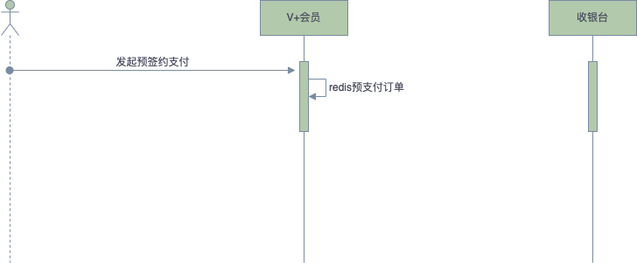
The draw.io diagram 连续包月会员.png in 845642761/diagram, before a commit. Source tidied: cells renumbered, new cells last; positions are measured from the earlier drawing's top-left corner, leaving out a move shared by most shapes. Its diagram source:
```xml
<mxGraphModel>
  <root>
    <mxCell id="0" />
    <mxCell id="1" parent="0" />
    <mxCell id="2" value="V+会员" style="shape=umlLifeline;perimeter=lifelinePerimeter;whiteSpace=wrap;html=1;lifelineDashed=0;rounded=0;sketch=0;fontColor=#46495D;strokeColor=#788AA3;fillColor=#B2C9AB;" parent="1" vertex="1">
      <mxGeometry x="296" width="100" height="300" as="geometry" />
    </mxCell>
    <mxCell id="3" style="html=1;points=[];perimeter=orthogonalPerimeter;rounded=0;sketch=0;fontColor=#46495D;strokeColor=#788AA3;fillColor=#B2C9AB;" parent="2" vertex="1">
      <mxGeometry x="45" y="70" width="10" height="80" as="geometry" />
    </mxCell>
    <mxCell id="4" value="redis预支付订单" style="edgeStyle=orthogonalEdgeStyle;html=1;align=left;spacingLeft=2;endArrow=block;rounded=0;entryX=1;entryY=0;sketch=0;fontColor=#46495D;strokeColor=#788AA3;fillColor=#B2C9AB;curved=0;" parent="2" edge="1" source="3">
      <mxGeometry relative="1" as="geometry">
        <mxPoint x="55" y="110" as="targetPoint" />
        <Array as="points">
          <mxPoint x="75" y="90" />
          <mxPoint x="75" y="110" />
        </Array>
      </mxGeometry>
    </mxCell>
    <mxCell id="5" style="shape=umlLifeline;participant=umlActor;perimeter=lifelinePerimeter;whiteSpace=wrap;html=1;verticalAlign=top;spacingTop=36;outlineConnect=0;rounded=0;sketch=0;fontColor=#46495D;strokeColor=#788AA3;fillColor=#B2C9AB;" parent="1" vertex="1">
      <mxGeometry width="20" height="300" as="geometry" />
    </mxCell>
    <mxCell id="6" value="发起预签约支付" style="html=1;verticalAlign=bottom;startArrow=oval;endArrow=block;startSize=8;rounded=1;sketch=0;fontColor=#46495D;strokeColor=#788AA3;fillColor=#B2C9AB;curved=0;" parent="1" edge="1">
      <mxGeometry relative="1" as="geometry">
        <mxPoint x="9.5" y="80" as="sourcePoint" />
        <mxPoint x="336" y="80" as="targetPoint" />
      </mxGeometry>
    </mxCell>
    <mxCell id="7" value="收银台" style="shape=umlLifeline;perimeter=lifelinePerimeter;whiteSpace=wrap;html=1;lifelineDashed=0;rounded=0;sketch=0;fontColor=#46495D;strokeColor=#788AA3;fillColor=#B2C9AB;" parent="1" vertex="1">
      <mxGeometry x="626" width="100" height="300" as="geometry" />
    </mxCell>
    <mxCell id="8" style="html=1;perimeter=orthogonalPerimeter;rounded=0;sketch=0;fontColor=#46495D;strokeColor=#788AA3;fillColor=#B2C9AB;" parent="7" vertex="1">
      <mxGeometry x="45" y="70" width="10" height="80" as="geometry" />
    </mxCell>
  </root>
</mxGraphModel>
```
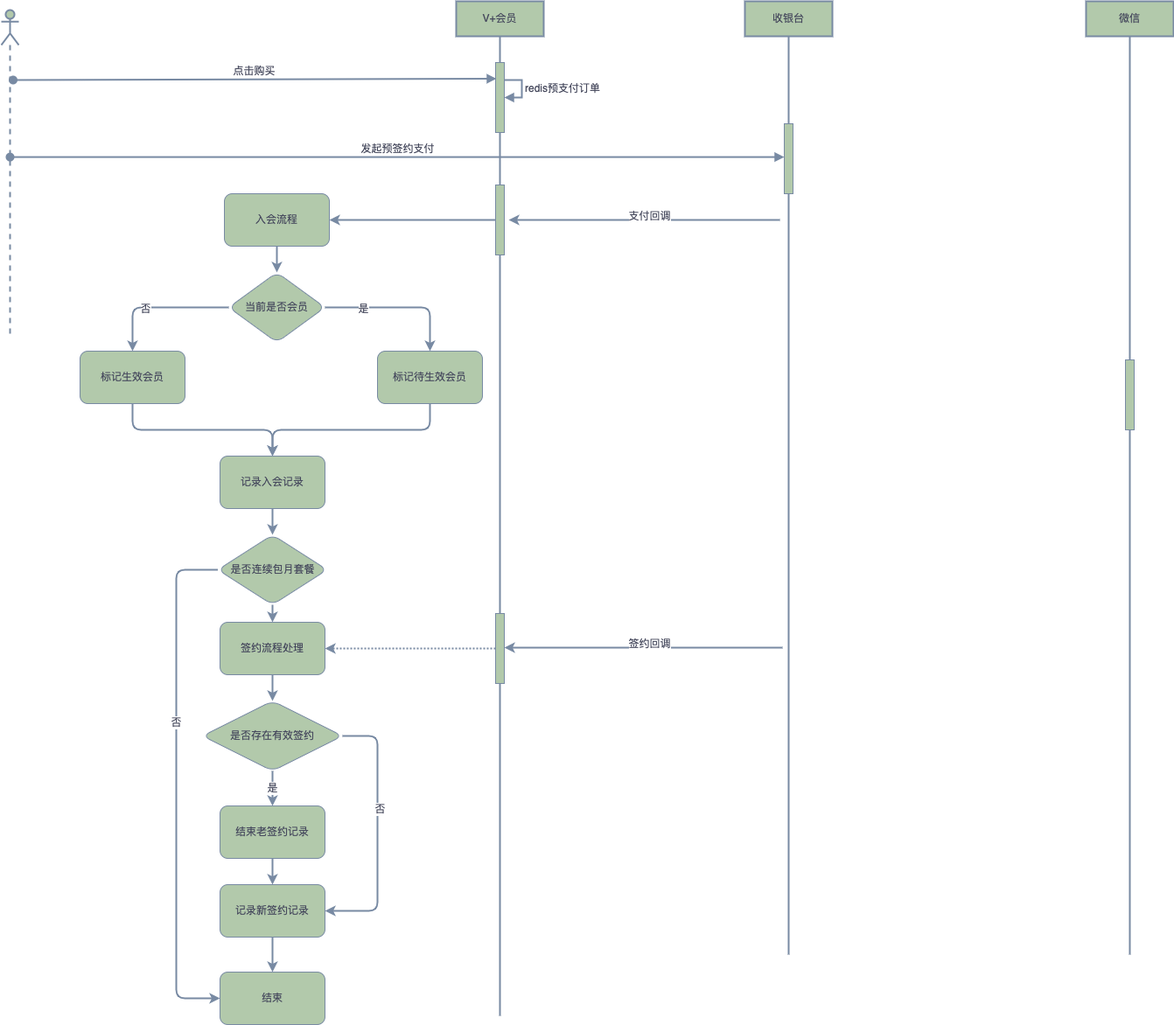
After the change.

Commit message:
更新连续包月会员.png

The edit, as a diff of the source:
```diff
@@ -2,13 +2,13 @@
   <root>
     <mxCell id="0" />
     <mxCell id="1" parent="0" />
-    <mxCell id="2" value="V+会员" style="shape=umlLifeline;perimeter=lifelinePerimeter;whiteSpace=wrap;html=1;lifelineDashed=0;rounded=0;sketch=0;fontColor=#46495D;strokeColor=#788AA3;fillColor=#B2C9AB;" parent="1" vertex="1">
-      <mxGeometry x="296" width="100" height="300" as="geometry" />
+    <mxCell id="2" value="V+会员" style="shape=umlLifeline;perimeter=lifelinePerimeter;whiteSpace=wrap;html=1;lifelineDashed=0;rounded=0;sketch=0;fontColor=#46495D;strokeColor=#788AA3;fillColor=#B2C9AB;strokeWidth=2;" parent="1" vertex="1">
+      <mxGeometry x="296" width="100" height="1160" as="geometry" />
     </mxCell>
     <mxCell id="3" style="html=1;points=[];perimeter=orthogonalPerimeter;rounded=0;sketch=0;fontColor=#46495D;strokeColor=#788AA3;fillColor=#B2C9AB;" parent="2" vertex="1">
       <mxGeometry x="45" y="70" width="10" height="80" as="geometry" />
     </mxCell>
-    <mxCell id="4" value="redis预支付订单" style="edgeStyle=orthogonalEdgeStyle;html=1;align=left;spacingLeft=2;endArrow=block;rounded=0;entryX=1;entryY=0;sketch=0;fontColor=#46495D;strokeColor=#788AA3;fillColor=#B2C9AB;curved=0;" parent="2" edge="1" source="3">
+    <mxCell id="4" value="redis预支付订单" style="edgeStyle=orthogonalEdgeStyle;html=1;align=left;spacingLeft=2;endArrow=block;rounded=0;entryX=1;entryY=0;sketch=0;fontColor=#46495D;strokeColor=#788AA3;fillColor=#B2C9AB;curved=0;strokeWidth=2;" parent="2" edge="1" source="3">
       <mxGeometry relative="1" as="geometry">
         <mxPoint x="55" y="110" as="targetPoint" />
         <Array as="points">
@@ -17,20 +17,165 @@
         </Array>
       </mxGeometry>
     </mxCell>
+    <mxCell id="9" style="html=1;points=[];perimeter=orthogonalPerimeter;rounded=0;sketch=0;fontColor=#46495D;strokeColor=#788AA3;fillColor=#B2C9AB;" parent="2" vertex="1">
+      <mxGeometry x="45" y="210" width="10" height="80" as="geometry" />
+    </mxCell>
+    <mxCell id="10" style="html=1;points=[];perimeter=orthogonalPerimeter;rounded=0;sketch=0;fontColor=#46495D;strokeColor=#788AA3;fillColor=#B2C9AB;" parent="2" vertex="1">
+      <mxGeometry x="45" y="700" width="10" height="80" as="geometry" />
+    </mxCell>
-    <mxCell id="5" style="shape=umlLifeline;participant=umlActor;perimeter=lifelinePerimeter;whiteSpace=wrap;html=1;verticalAlign=top;spacingTop=36;outlineConnect=0;rounded=0;sketch=0;fontColor=#46495D;strokeColor=#788AA3;fillColor=#B2C9AB;" parent="1" vertex="1">
-      <mxGeometry width="20" height="300" as="geometry" />
+    <mxCell id="5" style="shape=umlLifeline;participant=umlActor;perimeter=lifelinePerimeter;whiteSpace=wrap;html=1;verticalAlign=top;spacingTop=36;outlineConnect=0;rounded=0;sketch=0;fontColor=#46495D;strokeColor=#788AA3;fillColor=#B2C9AB;strokeWidth=2;" parent="1" vertex="1">
+      <mxGeometry x="-224" y="10" width="20" height="370" as="geometry" />
     </mxCell>
-    <mxCell id="6" value="发起预签约支付" style="html=1;verticalAlign=bottom;startArrow=oval;endArrow=block;startSize=8;rounded=1;sketch=0;fontColor=#46495D;strokeColor=#788AA3;fillColor=#B2C9AB;curved=0;" parent="1" edge="1">
+    <mxCell id="6" value="点击购买" style="html=1;verticalAlign=bottom;startArrow=oval;endArrow=block;startSize=8;rounded=1;sketch=0;fontColor=#46495D;strokeColor=#788AA3;fillColor=#B2C9AB;curved=0;strokeWidth=2;entryX=0.1;entryY=0.231;entryDx=0;entryDy=0;entryPerimeter=0;" parent="5" edge="1" target="3">
       <mxGeometry relative="1" as="geometry">
-        <mxPoint x="9.5" y="80" as="sourcePoint" />
-        <mxPoint x="336" y="80" as="targetPoint" />
+        <mxPoint x="13.5" y="80" as="sourcePoint" />
       </mxGeometry>
     </mxCell>
-    <mxCell id="7" value="收银台" style="shape=umlLifeline;perimeter=lifelinePerimeter;whiteSpace=wrap;html=1;lifelineDashed=0;rounded=0;sketch=0;fontColor=#46495D;strokeColor=#788AA3;fillColor=#B2C9AB;" parent="1" vertex="1">
-      <mxGeometry x="626" width="100" height="300" as="geometry" />
+    <mxCell id="7" value="收银台" style="shape=umlLifeline;perimeter=lifelinePerimeter;whiteSpace=wrap;html=1;lifelineDashed=0;rounded=0;sketch=0;fontColor=#46495D;strokeColor=#788AA3;fillColor=#B2C9AB;strokeWidth=2;" parent="1" vertex="1">
+      <mxGeometry x="626" width="100" height="1090" as="geometry" />
     </mxCell>
-    <mxCell id="8" style="html=1;perimeter=orthogonalPerimeter;rounded=0;sketch=0;fontColor=#46495D;strokeColor=#788AA3;fillColor=#B2C9AB;" parent="7" vertex="1">
-      <mxGeometry x="45" y="70" width="10" height="80" as="geometry" />
-    </mxCell>
+    <mxCell id="11" style="html=1;perimeter=orthogonalPerimeter;rounded=0;sketch=0;fontColor=#46495D;strokeColor=#788AA3;fillColor=#B2C9AB;" parent="7" vertex="1">
+      <mxGeometry x="45" y="140" width="10" height="80" as="geometry" />
+    </mxCell>
+    <mxCell id="12" value="发起预签约支付" style="html=1;verticalAlign=bottom;startArrow=oval;endArrow=block;startSize=8;rounded=1;sketch=0;fontColor=#46495D;strokeColor=#788AA3;fillColor=#B2C9AB;curved=0;strokeWidth=2;entryX=0;entryY=0.147;entryDx=0;entryDy=0;entryPerimeter=0;" parent="1" edge="1" source="5">
+      <mxGeometry relative="1" as="geometry">
+        <mxPoint x="671" y="178.1" as="targetPoint" />
+      </mxGeometry>
+    </mxCell>
+    <mxCell id="13" style="endArrow=classic;html=1;rounded=1;sketch=0;fontColor=#46495D;strokeColor=#788AA3;strokeWidth=2;fillColor=#B2C9AB;curved=0;" parent="1" edge="1">
+      <mxGeometry relative="1" as="geometry">
+        <mxPoint x="666" y="250" as="sourcePoint" />
+        <mxPoint x="356" y="250" as="targetPoint" />
+      </mxGeometry>
+    </mxCell>
+    <mxCell id="14" value="支付回调" style="edgeLabel;html=1;align=center;verticalAlign=middle;fontColor=#46495D;" parent="13" vertex="1">
+      <mxGeometry x="-0.13" y="-5" relative="1" as="geometry">
+        <mxPoint x="-15" as="offset" />
+      </mxGeometry>
+    </mxCell>
+    <mxCell id="15" style="endArrow=classic;html=1;rounded=1;sketch=0;fontColor=#46495D;strokeColor=#788AA3;strokeWidth=2;fillColor=#B2C9AB;curved=0;exitX=-0.2;exitY=0.488;exitDx=0;exitDy=0;exitPerimeter=0;" parent="1" edge="1">
+      <mxGeometry relative="1" as="geometry">
+        <mxPoint x="669" y="739" as="sourcePoint" />
+        <mxPoint x="351" y="739" as="targetPoint" />
+      </mxGeometry>
+    </mxCell>
+    <mxCell id="16" value="签约回调" style="edgeLabel;html=1;align=center;verticalAlign=middle;fontColor=#46495D;" parent="15" vertex="1">
+      <mxGeometry x="-0.13" y="-5" relative="1" as="geometry">
+        <mxPoint x="-15" as="offset" />
+      </mxGeometry>
+    </mxCell>
+    <mxCell id="17" style="edgeStyle=orthogonalEdgeStyle;curved=0;rounded=1;sketch=0;jettySize=auto;html=1;fontColor=#46495D;strokeColor=#788AA3;strokeWidth=2;fillColor=#B2C9AB;entryX=1;entryY=0.5;entryDx=0;entryDy=0;" parent="1" edge="1" source="9" target="19">
+      <mxGeometry relative="1" as="geometry" />
+    </mxCell>
+    <mxCell id="18" style="edgeStyle=orthogonalEdgeStyle;curved=0;rounded=1;sketch=0;jettySize=auto;html=1;fontColor=#46495D;strokeColor=#788AA3;strokeWidth=2;fillColor=#B2C9AB;" parent="1" edge="1" source="19" target="24">
+      <mxGeometry relative="1" as="geometry" />
+    </mxCell>
+    <mxCell id="19" value="入会流程" style="rounded=1;whiteSpace=wrap;html=1;sketch=0;fontColor=#46495D;strokeColor=#788AA3;fillColor=#B2C9AB;" parent="1" vertex="1">
+      <mxGeometry x="31" y="220" width="120" height="60" as="geometry" />
+    </mxCell>
+    <mxCell id="20" style="edgeStyle=orthogonalEdgeStyle;curved=0;rounded=1;sketch=0;jettySize=auto;html=1;fontColor=#46495D;strokeColor=#788AA3;strokeWidth=2;fillColor=#B2C9AB;" parent="1" edge="1" source="24" target="26">
+      <mxGeometry relative="1" as="geometry" />
+    </mxCell>
+    <mxCell id="21" value="否" style="edgeLabel;html=1;align=center;verticalAlign=middle;fontColor=#46495D;" parent="20" vertex="1">
+      <mxGeometry x="0.2" y="1" relative="1" as="geometry" />
+    </mxCell>
+    <mxCell id="22" style="edgeStyle=orthogonalEdgeStyle;curved=0;rounded=1;sketch=0;jettySize=auto;html=1;fontColor=#46495D;strokeColor=#788AA3;strokeWidth=2;fillColor=#B2C9AB;exitX=1;exitY=0.5;exitDx=0;exitDy=0;entryX=0.5;entryY=0;entryDx=0;entryDy=0;" parent="1" edge="1" source="24" target="30">
+      <mxGeometry relative="1" as="geometry" />
+    </mxCell>
+    <mxCell id="23" value="是" style="edgeLabel;html=1;align=center;verticalAlign=middle;fontColor=#46495D;" parent="22" vertex="1">
+      <mxGeometry x="-0.49" y="-1" relative="1" as="geometry" />
+    </mxCell>
+    <mxCell id="24" value="当前是否会员" style="rhombus;whiteSpace=wrap;html=1;fillColor=#B2C9AB;strokeColor=#788AA3;fontColor=#46495D;rounded=1;sketch=0;" parent="1" vertex="1">
+      <mxGeometry x="36" y="310" width="110" height="80" as="geometry" />
+    </mxCell>
+    <mxCell id="25" style="edgeStyle=orthogonalEdgeStyle;curved=0;rounded=1;sketch=0;jettySize=auto;html=1;fontColor=#46495D;strokeColor=#788AA3;strokeWidth=2;fillColor=#B2C9AB;exitX=0.5;exitY=1;exitDx=0;exitDy=0;" parent="1" edge="1" source="26" target="28">
+      <mxGeometry relative="1" as="geometry" />
+    </mxCell>
+    <mxCell id="26" value="标记生效会员" style="whiteSpace=wrap;html=1;fillColor=#B2C9AB;strokeColor=#788AA3;fontColor=#46495D;rounded=1;sketch=0;" parent="1" vertex="1">
+      <mxGeometry x="-134" y="400" width="120" height="60" as="geometry" />
+    </mxCell>
+    <mxCell id="27" style="edgeStyle=orthogonalEdgeStyle;curved=0;rounded=1;sketch=0;jettySize=auto;html=1;fontColor=#46495D;strokeColor=#788AA3;strokeWidth=2;fillColor=#B2C9AB;" parent="1" edge="1" source="28" target="34">
+      <mxGeometry relative="1" as="geometry" />
+    </mxCell>
+    <mxCell id="28" value="记录入会记录" style="whiteSpace=wrap;html=1;fillColor=#B2C9AB;strokeColor=#788AA3;fontColor=#46495D;rounded=1;sketch=0;" parent="1" vertex="1">
+      <mxGeometry x="26" y="520" width="120" height="60" as="geometry" />
+    </mxCell>
+    <mxCell id="29" style="edgeStyle=orthogonalEdgeStyle;curved=0;rounded=1;sketch=0;jettySize=auto;html=1;fontColor=#46495D;strokeColor=#788AA3;strokeWidth=2;fillColor=#B2C9AB;exitX=0.5;exitY=1;exitDx=0;exitDy=0;" parent="1" edge="1" source="30" target="28">
+      <mxGeometry relative="1" as="geometry" />
+    </mxCell>
+    <mxCell id="30" value="标记待生效会员" style="whiteSpace=wrap;html=1;fillColor=#B2C9AB;strokeColor=#788AA3;fontColor=#46495D;rounded=1;sketch=0;" parent="1" vertex="1">
+      <mxGeometry x="206" y="400" width="120" height="60" as="geometry" />
+    </mxCell>
+    <mxCell id="31" style="edgeStyle=orthogonalEdgeStyle;curved=0;rounded=1;sketch=0;jettySize=auto;html=1;entryX=0;entryY=0.5;entryDx=0;entryDy=0;fontColor=#46495D;strokeColor=#788AA3;strokeWidth=2;fillColor=#B2C9AB;exitX=0;exitY=0.5;exitDx=0;exitDy=0;" parent="1" edge="1" source="34" target="35">
+      <mxGeometry relative="1" as="geometry">
+        <Array as="points">
+          <mxPoint x="-24" y="650" />
+          <mxPoint x="-24" y="1140" />
+        </Array>
+      </mxGeometry>
+    </mxCell>
+    <mxCell id="32" value="否" style="edgeLabel;html=1;align=center;verticalAlign=middle;fontColor=#46495D;" parent="31" vertex="1">
+      <mxGeometry x="-0.25" y="-1" relative="1" as="geometry">
+        <mxPoint y="1" as="offset" />
+      </mxGeometry>
+    </mxCell>
+    <mxCell id="33" style="edgeStyle=orthogonalEdgeStyle;curved=0;rounded=1;sketch=0;jettySize=auto;html=1;fontColor=#46495D;strokeColor=#788AA3;strokeWidth=2;fillColor=#B2C9AB;" parent="1" edge="1" source="34" target="45">
+      <mxGeometry relative="1" as="geometry" />
+    </mxCell>
+    <mxCell id="34" value="是否连续包月套餐" style="rhombus;whiteSpace=wrap;html=1;fillColor=#B2C9AB;strokeColor=#788AA3;fontColor=#46495D;rounded=1;sketch=0;" parent="1" vertex="1">
+      <mxGeometry x="23.5" y="610" width="125" height="80" as="geometry" />
+    </mxCell>
+    <mxCell id="35" value="结束" style="whiteSpace=wrap;html=1;fillColor=#B2C9AB;strokeColor=#788AA3;fontColor=#46495D;rounded=1;sketch=0;" parent="1" vertex="1">
+      <mxGeometry x="26" y="1110" width="120" height="60" as="geometry" />
+    </mxCell>
+    <mxCell id="36" value="是" style="edgeStyle=orthogonalEdgeStyle;curved=0;rounded=1;sketch=0;jettySize=auto;html=1;fontColor=#46495D;strokeColor=#788AA3;strokeWidth=2;fillColor=#B2C9AB;" parent="1" edge="1" target="41">
+      <mxGeometry relative="1" as="geometry">
+        <mxPoint x="86" y="880" as="sourcePoint" />
+      </mxGeometry>
+    </mxCell>
+    <mxCell id="37" style="edgeStyle=orthogonalEdgeStyle;curved=0;rounded=1;sketch=0;jettySize=auto;html=1;entryX=1;entryY=0.5;entryDx=0;entryDy=0;fontColor=#46495D;strokeColor=#788AA3;strokeWidth=2;fillColor=#B2C9AB;exitX=1;exitY=0.5;exitDx=0;exitDy=0;" parent="1" edge="1" target="43">
+      <mxGeometry relative="1" as="geometry">
+        <mxPoint x="166" y="840" as="sourcePoint" />
+        <Array as="points">
+          <mxPoint x="206" y="840" />
+          <mxPoint x="206" y="1040" />
+        </Array>
+      </mxGeometry>
+    </mxCell>
+    <mxCell id="38" value="否" style="edgeLabel;html=1;align=center;verticalAlign=middle;fontColor=#46495D;" parent="37" vertex="1">
+      <mxGeometry x="-0.19" y="2" relative="1" as="geometry">
+        <mxPoint y="1" as="offset" />
+      </mxGeometry>
+    </mxCell>
+    <mxCell id="39" value="是否存在有效签约" style="rhombus;whiteSpace=wrap;html=1;fillColor=#B2C9AB;strokeColor=#788AA3;fontColor=#46495D;rounded=1;sketch=0;" parent="1" vertex="1">
+      <mxGeometry x="6" y="800" width="160" height="80" as="geometry" />
+    </mxCell>
+    <mxCell id="40" style="edgeStyle=orthogonalEdgeStyle;curved=0;rounded=1;sketch=0;jettySize=auto;html=1;fontColor=#46495D;strokeColor=#788AA3;strokeWidth=2;fillColor=#B2C9AB;exitX=0.5;exitY=1;exitDx=0;exitDy=0;" parent="1" edge="1" source="41" target="43">
+      <mxGeometry relative="1" as="geometry" />
+    </mxCell>
+    <mxCell id="41" value="结束老签约记录" style="whiteSpace=wrap;html=1;fillColor=#B2C9AB;strokeColor=#788AA3;fontColor=#46495D;rounded=1;sketch=0;" parent="1" vertex="1">
+      <mxGeometry x="26" y="920" width="120" height="60" as="geometry" />
+    </mxCell>
+    <mxCell id="42" style="edgeStyle=orthogonalEdgeStyle;curved=0;rounded=1;sketch=0;jettySize=auto;html=1;entryX=0.5;entryY=0;entryDx=0;entryDy=0;fontColor=#46495D;strokeColor=#788AA3;strokeWidth=2;fillColor=#B2C9AB;" parent="1" edge="1" source="43" target="35">
+      <mxGeometry relative="1" as="geometry" />
+    </mxCell>
+    <mxCell id="43" value="记录新签约记录" style="whiteSpace=wrap;html=1;fillColor=#B2C9AB;strokeColor=#788AA3;fontColor=#46495D;rounded=1;sketch=0;" parent="1" vertex="1">
+      <mxGeometry x="26" y="1010" width="120" height="60" as="geometry" />
+    </mxCell>
+    <mxCell id="44" style="edgeStyle=orthogonalEdgeStyle;curved=0;rounded=1;sketch=0;jettySize=auto;html=1;entryX=0.5;entryY=0;entryDx=0;entryDy=0;fontColor=#46495D;strokeColor=#788AA3;strokeWidth=2;fillColor=#B2C9AB;" parent="1" edge="1" source="45" target="39">
+      <mxGeometry relative="1" as="geometry" />
+    </mxCell>
+    <mxCell id="45" value="签约流程处理" style="whiteSpace=wrap;html=1;fillColor=#B2C9AB;strokeColor=#788AA3;fontColor=#46495D;rounded=1;sketch=0;" parent="1" vertex="1">
+      <mxGeometry x="26" y="710" width="120" height="60" as="geometry" />
+    </mxCell>
+    <mxCell id="46" style="edgeStyle=orthogonalEdgeStyle;curved=0;rounded=1;sketch=0;jettySize=auto;html=1;entryX=1;entryY=0.5;entryDx=0;entryDy=0;dashed=1;dashPattern=1 1;fontColor=#46495D;strokeColor=#788AA3;strokeWidth=2;fillColor=#B2C9AB;" parent="1" edge="1" source="10" target="45">
+      <mxGeometry relative="1" as="geometry" />
+    </mxCell>
+    <mxCell id="47" value="微信" style="shape=umlLifeline;perimeter=lifelinePerimeter;whiteSpace=wrap;html=1;lifelineDashed=0;rounded=0;sketch=0;fontColor=#46495D;strokeColor=#788AA3;fillColor=#B2C9AB;strokeWidth=2;" parent="1" vertex="1">
+      <mxGeometry x="1016" width="100" height="1090" as="geometry" />
+    </mxCell>
+    <mxCell id="48" style="html=1;perimeter=orthogonalPerimeter;rounded=0;sketch=0;fontColor=#46495D;strokeColor=#788AA3;fillColor=#B2C9AB;" parent="47" vertex="1">
+      <mxGeometry x="45" y="410" width="10" height="80" as="geometry" />
+    </mxCell>
   </root>
 </mxGraphModel>
```
